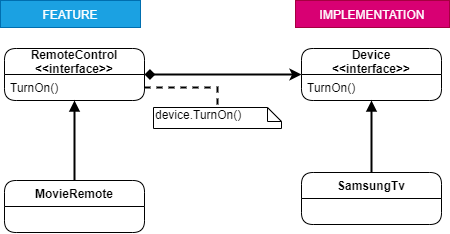
Earlier version of the draw.io export BridgePattern/BridgePattern.png (mcilmi/Design-Patterns). Source tidied: cells renumbered, new cells last; positions are measured from the earlier drawing's top-left corner, leaving out a move shared by most shapes.
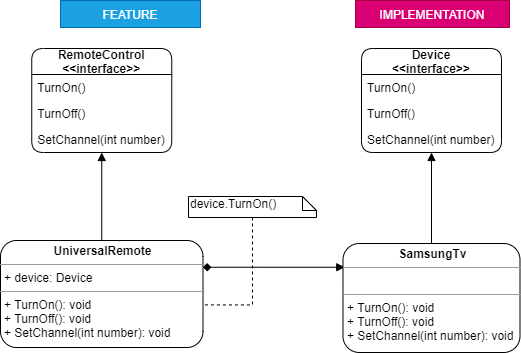
After the commit.

Commit message:
proper impl. of Bride pattern.

The edit, as a diff of the source:
```diff
@@ -2,44 +2,56 @@
   <root>
     <mxCell id="0" />
     <mxCell id="1" parent="0" />
-    <mxCell id="2" style="edgeStyle=orthogonalEdgeStyle;rounded=0;jettySize=auto;html=1;strokeWidth=2;entryX=0;entryY=0.5;entryDx=0;entryDy=0;startArrow=diamond;startFill=1;" parent="1" edge="1" source="7" target="5">
+    <mxCell id="2" style="rounded=0;jettySize=auto;html=1;strokeWidth=1;entryX=0.01;entryY=0.218;entryDx=0;entryDy=0;startArrow=diamond;startFill=1;endArrow=block;endFill=1;entryPerimeter=0;edgeStyle=orthogonalEdgeStyle;exitX=1;exitY=0.25;exitDx=0;exitDy=0;" parent="1" edge="1" source="19" target="20">
       <mxGeometry relative="1" as="geometry" />
     </mxCell>
-    <mxCell id="3" style="edgeStyle=orthogonalEdgeStyle;rounded=0;jettySize=auto;html=1;entryX=0.5;entryY=1;entryDx=0;entryDy=0;entryPerimeter=0;strokeWidth=2;endArrow=block;endFill=1;" parent="1" edge="1" source="11" target="6">
-      <mxGeometry relative="1" as="geometry" />
-    </mxCell>
+    <mxCell id="15" style="edgeStyle=orthogonalEdgeStyle;rounded=0;jettySize=auto;html=1;entryX=1.003;entryY=0.602;entryDx=0;entryDy=0;endArrow=none;endFill=0;strokeWidth=1;dashed=1;exitX=0.5;exitY=1;exitDx=0;exitDy=0;exitPerimeter=0;entryPerimeter=0;" parent="1" edge="1" source="4" target="19">
+      <mxGeometry relative="1" as="geometry" />
+    </mxCell>
     <mxCell id="4" value="device.TurnOn()" style="shape=note;whiteSpace=wrap;html=1;size=14;verticalAlign=top;align=left;spacingTop=-6;rounded=1;" parent="1" vertex="1">
-      <mxGeometry x="153" y="107" width="128" height="21" as="geometry" />
+      <mxGeometry x="128" y="196" width="128" height="21" as="geometry" />
     </mxCell>
     <mxCell id="5" value="Device&#10;&lt;&lt;interface&gt;&gt;" style="swimlane;fontStyle=1;horizontal=1;startSize=26;fillColor=none;rounded=1;" parent="1" vertex="1">
-      <mxGeometry x="301" y="48" width="140" height="52" as="geometry" />
+      <mxGeometry x="301" y="48" width="140" height="104" as="geometry" />
     </mxCell>
     <mxCell id="6" value="TurnOn()" style="text;strokeColor=none;fillColor=none;align=left;verticalAlign=top;spacingLeft=4;spacingRight=4;overflow=hidden;points=[[0,0.5],[1,0.5]];portConstraint=eastwest;" parent="5" vertex="1">
       <mxGeometry y="26" width="140" height="26" as="geometry" />
     </mxCell>
+    <mxCell id="16" value="TurnOff()" style="text;strokeColor=none;fillColor=none;align=left;verticalAlign=top;spacingLeft=4;spacingRight=4;overflow=hidden;" parent="5" vertex="1">
+      <mxGeometry y="52" width="140" height="26" as="geometry" />
+    </mxCell>
+    <mxCell id="17" value="SetChannel(int number)" style="text;strokeColor=none;fillColor=none;align=left;verticalAlign=top;spacingLeft=4;spacingRight=4;overflow=hidden;" parent="5" vertex="1">
+      <mxGeometry y="78" width="140" height="26" as="geometry" />
+    </mxCell>
+    <mxCell id="9" style="edgeStyle=orthogonalEdgeStyle;rounded=0;jettySize=auto;html=1;exitX=0.5;exitY=0;exitDx=0;exitDy=0;startArrow=none;startFill=0;endArrow=block;endFill=1;strokeWidth=1;" parent="1" edge="1" source="19" target="7">
+      <mxGeometry relative="1" as="geometry" />
+    </mxCell>
+    <mxCell id="18" style="edgeStyle=orthogonalEdgeStyle;rounded=0;jettySize=auto;html=1;endArrow=block;endFill=1;entryX=0.5;entryY=1;entryDx=0;entryDy=0;exitX=0.5;exitY=0;exitDx=0;exitDy=0;" parent="1" edge="1" source="20" target="5">
+      <mxGeometry relative="1" as="geometry" />
+    </mxCell>
+    <mxCell id="13" value="FEATURE" style="rounded=0;whiteSpace=wrap;html=1;fillColor=#1ba1e2;fontColor=#ffffff;strokeColor=#006EAF;" parent="1" vertex="1">
+      <mxGeometry width="140" height="27" as="geometry" />
+    </mxCell>
+    <mxCell id="14" value="IMPLEMENTATION" style="rounded=0;whiteSpace=wrap;html=1;fillColor=#d80073;strokeColor=#A50040;fontColor=#ffffff;" parent="1" vertex="1">
+      <mxGeometry x="295" width="154" height="27" as="geometry" />
+    </mxCell>
+    <mxCell id="19" value="&lt;p style=&quot;margin: 0px ; margin-top: 4px ; text-align: center&quot;&gt;&lt;span style=&quot;font-weight: 700&quot;&gt;UniversalRemote&lt;/span&gt;&lt;br&gt;&lt;/p&gt;&lt;hr size=&quot;1&quot;&gt;&lt;p style=&quot;margin: 0px ; margin-left: 4px&quot;&gt;+ device: Device&lt;br&gt;&lt;/p&gt;&lt;hr size=&quot;1&quot;&gt;&lt;p style=&quot;margin: 0px ; margin-left: 4px&quot;&gt;+ TurnOn(): void&lt;br&gt;+ TurnOff(): void&lt;/p&gt;&lt;p style=&quot;margin: 0px ; margin-left: 4px&quot;&gt;+ SetChannel(int number): void&lt;/p&gt;" style="verticalAlign=top;align=left;overflow=fill;fontSize=12;fontFamily=Helvetica;html=1;rounded=1;" parent="1" vertex="1">
+      <mxGeometry x="-60" y="240" width="202.5" height="107" as="geometry" />
+    </mxCell>
+    <mxCell id="20" value="&lt;p style=&quot;margin: 0px ; margin-top: 4px ; text-align: center&quot;&gt;&lt;span style=&quot;font-weight: 700&quot;&gt;SamsungTv&lt;/span&gt;&lt;br&gt;&lt;/p&gt;&lt;hr size=&quot;1&quot;&gt;&lt;p style=&quot;margin: 0px ; margin-left: 4px&quot;&gt;&lt;br&gt;&lt;/p&gt;&lt;hr size=&quot;1&quot;&gt;&lt;p style=&quot;margin: 0px ; margin-left: 4px&quot;&gt;+ TurnOn(): void&lt;br&gt;+ TurnOff(): void&lt;/p&gt;&lt;p style=&quot;margin: 0px ; margin-left: 4px&quot;&gt;+ SetChannel(int number): void&lt;br&gt;&lt;/p&gt;" style="verticalAlign=top;align=left;overflow=fill;fontSize=12;fontFamily=Helvetica;html=1;rounded=1;" parent="1" vertex="1">
+      <mxGeometry x="282.5" y="243" width="177" height="109" as="geometry" />
+    </mxCell>
     <mxCell id="7" value="RemoteControl&#10;&lt;&lt;interface&gt;&gt;" style="swimlane;fontStyle=1;horizontal=1;startSize=26;fillColor=none;rounded=1;" parent="1" vertex="1">
-      <mxGeometry x="4" y="48" width="140" height="52" as="geometry" />
+      <mxGeometry x="-28.8" y="48" width="140" height="104" as="geometry" />
     </mxCell>
     <mxCell id="8" value="TurnOn()" style="text;strokeColor=none;fillColor=none;align=left;verticalAlign=top;spacingLeft=4;spacingRight=4;overflow=hidden;points=[[0,0.5],[1,0.5]];portConstraint=eastwest;" parent="7" vertex="1">
       <mxGeometry y="26" width="140" height="26" as="geometry" />
     </mxCell>
-    <mxCell id="9" style="edgeStyle=orthogonalEdgeStyle;rounded=0;jettySize=auto;html=1;exitX=0.5;exitY=0;exitDx=0;exitDy=0;startArrow=none;startFill=0;endArrow=block;endFill=1;strokeWidth=2;" parent="1" edge="1" source="10" target="7">
-      <mxGeometry relative="1" as="geometry" />
-    </mxCell>
-    <mxCell id="10" value="MovieRemote" style="swimlane;fontStyle=1;horizontal=1;startSize=26;fillColor=none;rounded=1;" parent="1" vertex="1">
-      <mxGeometry x="4" y="180" width="140" height="52" as="geometry" />
-    </mxCell>
-    <mxCell id="11" value="SamsungTv" style="swimlane;fontStyle=1;horizontal=1;startSize=26;fillColor=none;rounded=1;" parent="1" vertex="1">
-      <mxGeometry x="301" y="172" width="140" height="52" as="geometry" />
-    </mxCell>
-    <mxCell id="12" style="edgeStyle=orthogonalEdgeStyle;rounded=0;jettySize=auto;html=1;startArrow=none;startFill=0;strokeWidth=2;dashed=1;endArrow=none;endFill=0;" parent="1" edge="1" source="8" target="4">
-      <mxGeometry relative="1" as="geometry" />
-    </mxCell>
-    <mxCell id="13" value="FEATURE" style="rounded=0;whiteSpace=wrap;html=1;fillColor=#1ba1e2;fontColor=#ffffff;strokeColor=#006EAF;" parent="1" vertex="1">
-      <mxGeometry width="140" height="27" as="geometry" />
-    </mxCell>
-    <mxCell id="14" value="IMPLEMENTATION" style="rounded=0;whiteSpace=wrap;html=1;fillColor=#d80073;strokeColor=#A50040;fontColor=#ffffff;" parent="1" vertex="1">
-      <mxGeometry x="295" width="154" height="27" as="geometry" />
-    </mxCell>
+    <mxCell id="21" value="TurnOff()" style="text;strokeColor=none;fillColor=none;align=left;verticalAlign=top;spacingLeft=4;spacingRight=4;overflow=hidden;" parent="7" vertex="1">
+      <mxGeometry y="52" width="140" height="26" as="geometry" />
+    </mxCell>
+    <mxCell id="22" value="SetChannel(int number)" style="text;strokeColor=none;fillColor=none;align=left;verticalAlign=top;spacingLeft=4;spacingRight=4;overflow=hidden;" parent="7" vertex="1">
+      <mxGeometry y="78" width="140" height="26" as="geometry" />
+    </mxCell>
   </root>
 </mxGraphModel>
```
